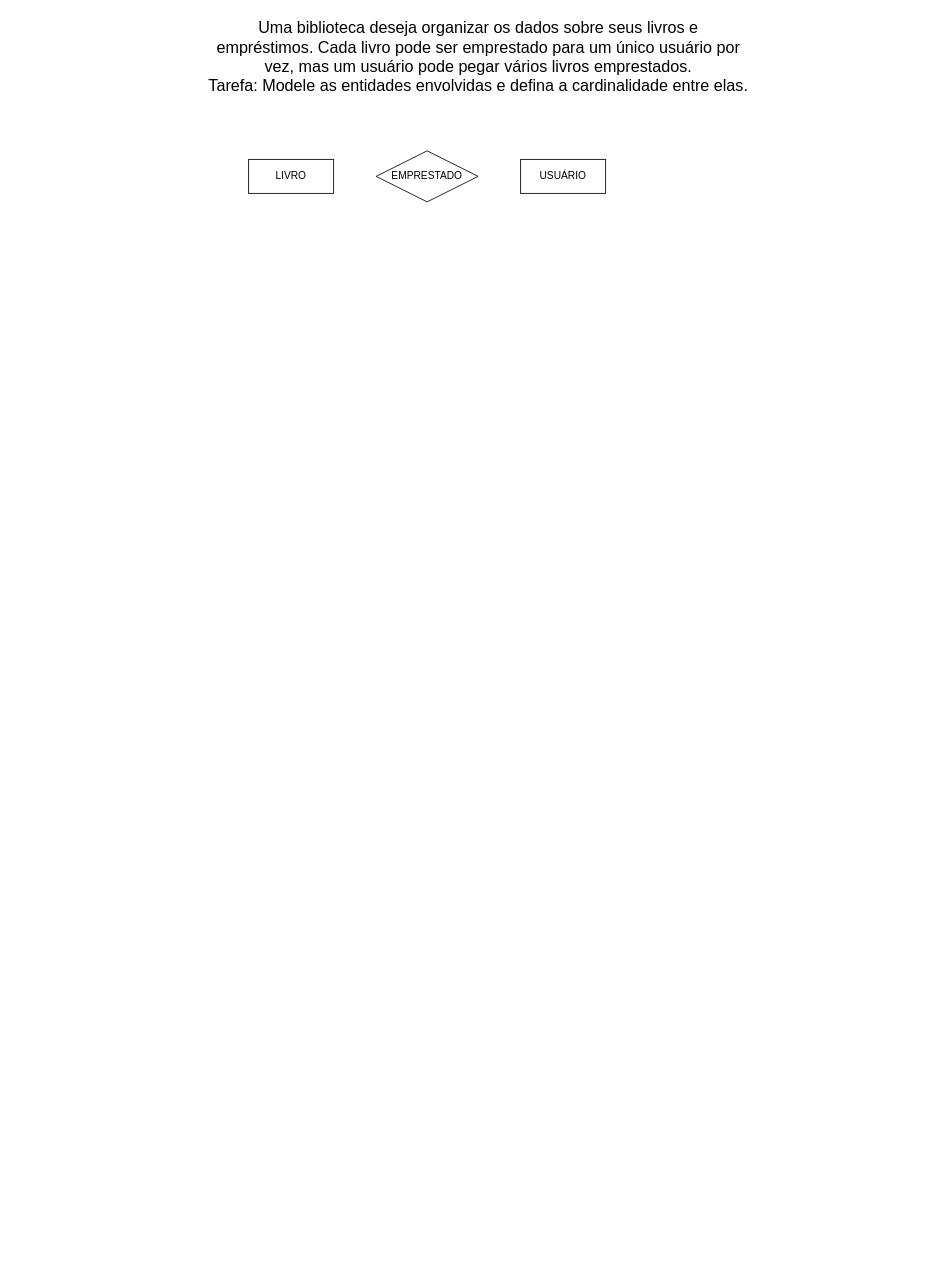
Henrique-nte/SENAI_ISSUES keeps this draw.io diagram as DRAW.IO/Cardinalidade-2.drawio. Above is the earlier version. Source tidied: cells renumbered, new cells numbered last; positions are measured from the earlier drawing's top-left corner, leaving out a move shared by most shapes. Both pictures are drawn from the tidied source at 85%, with x=0, y=0 at pixel (197, 14).
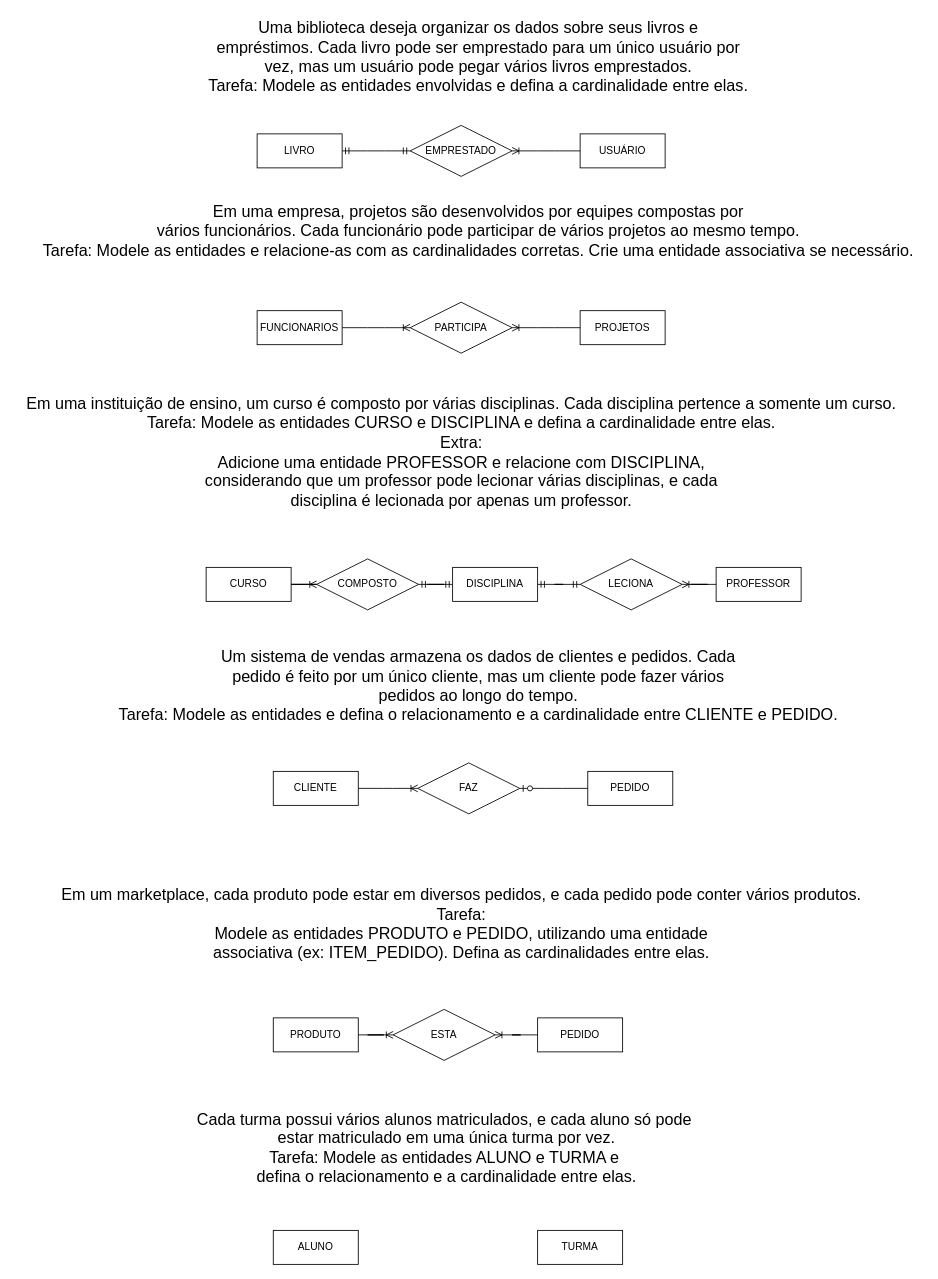
After the change.

Diff of the diagram source:
```diff
@@
     <mxCell id="3" value="LIVRO" style="whiteSpace=wrap;html=1;align=center;" parent="1" vertex="1">
-      <mxGeometry x="60" y="170" width="100" height="40" as="geometry" />
+      <mxGeometry x="70" y="140" width="100" height="40" as="geometry" />
     </mxCell>
     <mxCell id="4" value="USUÁRIO" style="whiteSpace=wrap;html=1;align=center;" parent="1" vertex="1">
-      <mxGeometry x="380" y="170" width="100" height="40" as="geometry" />
+      <mxGeometry x="450" y="140" width="100" height="40" as="geometry" />
     </mxCell>
     <mxCell id="5" value="EMPRESTADO" style="shape=rhombus;perimeter=rhombusPerimeter;whiteSpace=wrap;html=1;align=center;" parent="1" vertex="1">
-      <mxGeometry x="210" y="160" width="120" height="60" as="geometry" />
+      <mxGeometry x="250" y="130" width="120" height="60" as="geometry" />
     </mxCell>
+    <mxCell id="6" style="edgeStyle=entityRelationEdgeStyle;fontSize=12;html=1;endArrow=ERmandOne;startArrow=ERmandOne;rounded=0;fontFamily=Helvetica;fontColor=default;exitX=1;exitY=0.5;exitDx=0;exitDy=0;entryX=0;entryY=0.5;entryDx=0;entryDy=0;" parent="1" edge="1" source="3" target="5">
+      <mxGeometry relative="1" as="geometry" />
+    </mxCell>
+    <mxCell id="7" style="edgeStyle=entityRelationEdgeStyle;fontSize=12;html=1;endArrow=ERoneToMany;rounded=0;fontFamily=Helvetica;fontColor=default;exitX=0;exitY=0.5;exitDx=0;exitDy=0;entryX=1;entryY=0.5;entryDx=0;entryDy=0;" parent="1" edge="1" source="4" target="5">
+      <mxGeometry relative="1" as="geometry" />
+    </mxCell>
+    <mxCell id="8" value="&lt;font style=&quot;font-size: 19px;&quot;&gt;Em uma empresa, projetos são desenvolvidos por equipes compostas por &lt;br&gt;vários funcionários. Cada funcionário pode participar de vários projetos ao mesmo tempo.&lt;br&gt;Tarefa: Modele as entidades e relacione-as com as cardinalidades corretas. Crie uma entidade associativa se necessário.&lt;/font&gt;" style="text;html=1;align=center;verticalAlign=middle;strokeColor=none;fillColor=none;fontFamily=Helvetica;fontSize=12;fontColor=default;" parent="1" vertex="1">
+      <mxGeometry x="-195" y="215" width="1050" height="80" as="geometry" />
+    </mxCell>
+    <mxCell id="9" value="FUNCIONARIOS" style="whiteSpace=wrap;html=1;align=center;strokeColor=default;verticalAlign=middle;fontFamily=Helvetica;fontSize=12;fontColor=default;fillColor=default;" parent="1" vertex="1">
+      <mxGeometry x="70" y="348" width="100" height="40" as="geometry" />
+    </mxCell>
+    <mxCell id="10" value="PROJETOS" style="whiteSpace=wrap;html=1;align=center;strokeColor=default;verticalAlign=middle;fontFamily=Helvetica;fontSize=12;fontColor=default;fillColor=default;" parent="1" vertex="1">
+      <mxGeometry x="450" y="348" width="100" height="40" as="geometry" />
+    </mxCell>
+    <mxCell id="11" value="PARTICIPA" style="shape=rhombus;perimeter=rhombusPerimeter;whiteSpace=wrap;html=1;align=center;strokeColor=default;verticalAlign=middle;fontFamily=Helvetica;fontSize=12;fontColor=default;fillColor=default;" parent="1" vertex="1">
+      <mxGeometry x="250" y="338" width="120" height="60" as="geometry" />
+    </mxCell>
+    <mxCell id="12" style="edgeStyle=entityRelationEdgeStyle;fontSize=12;html=1;endArrow=ERoneToMany;rounded=0;fontFamily=Helvetica;fontColor=default;exitX=1;exitY=0.5;exitDx=0;exitDy=0;entryX=0;entryY=0.5;entryDx=0;entryDy=0;" parent="1" edge="1" source="9" target="11">
+      <mxGeometry relative="1" as="geometry" />
+    </mxCell>
+    <mxCell id="13" style="edgeStyle=entityRelationEdgeStyle;fontSize=12;html=1;endArrow=ERoneToMany;rounded=0;fontFamily=Helvetica;fontColor=default;exitX=0;exitY=0.5;exitDx=0;exitDy=0;entryX=1;entryY=0.5;entryDx=0;entryDy=0;" parent="1" edge="1" source="10" target="11">
+      <mxGeometry relative="1" as="geometry" />
+    </mxCell>
+    <mxCell id="14" value="&lt;font style=&quot;font-size: 19px;&quot;&gt;Em uma instituição de ensino, um curso é composto por várias disciplinas. Cada disciplina pertence a somente um curso.&lt;br&gt;Tarefa: Modele as entidades CURSO e DISCIPLINA e defina a cardinalidade entre elas.&lt;br&gt;Extra:&lt;br&gt; Adicione uma entidade PROFESSOR e relacione com DISCIPLINA, &lt;br&gt;considerando que um professor pode lecionar várias disciplinas, e cada &lt;br&gt;disciplina é lecionada por apenas um professor.&lt;/font&gt;" style="text;html=1;align=center;verticalAlign=middle;strokeColor=none;fillColor=none;fontFamily=Helvetica;fontSize=12;fontColor=default;" parent="1" vertex="1">
+      <mxGeometry x="-215" y="440" width="1050" height="150" as="geometry" />
+    </mxCell>
+    <mxCell id="15" value="CURSO" style="whiteSpace=wrap;html=1;align=center;strokeColor=default;verticalAlign=middle;fontFamily=Helvetica;fontSize=12;fontColor=default;fillColor=default;" parent="1" vertex="1">
+      <mxGeometry x="10" y="650" width="100" height="40" as="geometry" />
+    </mxCell>
+    <mxCell id="16" value="DISCIPLINA" style="whiteSpace=wrap;html=1;align=center;strokeColor=default;verticalAlign=middle;fontFamily=Helvetica;fontSize=12;fontColor=default;fillColor=default;" parent="1" vertex="1">
+      <mxGeometry x="300" y="650" width="100" height="40" as="geometry" />
+    </mxCell>
+    <mxCell id="17" value="PROFESSOR" style="whiteSpace=wrap;html=1;align=center;strokeColor=default;verticalAlign=middle;fontFamily=Helvetica;fontSize=12;fontColor=default;fillColor=default;" parent="1" vertex="1">
+      <mxGeometry x="610" y="650" width="100" height="40" as="geometry" />
+    </mxCell>
+    <mxCell id="18" style="edgeStyle=entityRelationEdgeStyle;fontSize=12;html=1;endArrow=ERoneToMany;rounded=0;fontFamily=Helvetica;fontColor=default;exitX=1;exitY=0.5;exitDx=0;exitDy=0;entryX=0;entryY=0.5;entryDx=0;entryDy=0;" parent="1" edge="1" source="15" target="19">
+      <mxGeometry relative="1" as="geometry" />
+    </mxCell>
+    <mxCell id="19" value="COMPOSTO" style="shape=rhombus;perimeter=rhombusPerimeter;whiteSpace=wrap;html=1;align=center;strokeColor=default;verticalAlign=middle;fontFamily=Helvetica;fontSize=12;fontColor=default;fillColor=default;" parent="1" vertex="1">
+      <mxGeometry x="140" y="640" width="120" height="60" as="geometry" />
+    </mxCell>
+    <mxCell id="20" style="edgeStyle=entityRelationEdgeStyle;fontSize=12;html=1;endArrow=ERmandOne;startArrow=ERmandOne;rounded=0;fontFamily=Helvetica;fontColor=default;entryX=0;entryY=0.5;entryDx=0;entryDy=0;exitX=1;exitY=0.5;exitDx=0;exitDy=0;" parent="1" edge="1" source="19" target="16">
+      <mxGeometry relative="1" as="geometry" />
+    </mxCell>
+    <mxCell id="21" value="LECIONA" style="shape=rhombus;perimeter=rhombusPerimeter;whiteSpace=wrap;html=1;align=center;strokeColor=default;verticalAlign=middle;fontFamily=Helvetica;fontSize=12;fontColor=default;fillColor=default;" parent="1" vertex="1">
+      <mxGeometry x="450" y="640" width="120" height="60" as="geometry" />
+    </mxCell>
+    <mxCell id="22" style="edgeStyle=entityRelationEdgeStyle;fontSize=12;html=1;endArrow=ERoneToMany;rounded=0;fontFamily=Helvetica;fontColor=default;exitX=0;exitY=0.5;exitDx=0;exitDy=0;entryX=1;entryY=0.5;entryDx=0;entryDy=0;" parent="1" edge="1" source="17" target="21">
+      <mxGeometry relative="1" as="geometry" />
+    </mxCell>
+    <mxCell id="23" style="edgeStyle=entityRelationEdgeStyle;fontSize=12;html=1;endArrow=ERmandOne;startArrow=ERmandOne;rounded=0;fontFamily=Helvetica;fontColor=default;entryX=0;entryY=0.5;entryDx=0;entryDy=0;exitX=1;exitY=0.5;exitDx=0;exitDy=0;" parent="1" edge="1" source="16" target="21">
+      <mxGeometry relative="1" as="geometry" />
+    </mxCell>
+    <mxCell id="24" value="&lt;font style=&quot;font-size: 19px;&quot;&gt;Um sistema de vendas armazena os dados de clientes e pedidos. Cada &lt;br&gt;pedido é feito por um único cliente, mas um cliente pode fazer vários &lt;br&gt;pedidos ao longo do tempo.&lt;br&gt;Tarefa: Modele as entidades e defina o relacionamento e a cardinalidade entre CLIENTE e PEDIDO.&lt;/font&gt;" style="text;html=1;align=center;verticalAlign=middle;strokeColor=none;fillColor=none;fontFamily=Helvetica;fontSize=12;fontColor=default;" parent="1" vertex="1">
+      <mxGeometry x="-105" y="740" width="870" height="100" as="geometry" />
+    </mxCell>
+    <mxCell id="25" value="PEDIDO" style="whiteSpace=wrap;html=1;align=center;strokeColor=default;verticalAlign=middle;fontFamily=Helvetica;fontSize=12;fontColor=default;fillColor=default;" parent="1" vertex="1">
+      <mxGeometry x="459" y="890" width="100" height="40" as="geometry" />
+    </mxCell>
+    <mxCell id="26" value="CLIENTE" style="whiteSpace=wrap;html=1;align=center;strokeColor=default;verticalAlign=middle;fontFamily=Helvetica;fontSize=12;fontColor=default;fillColor=default;" parent="1" vertex="1">
+      <mxGeometry x="89" y="890" width="100" height="40" as="geometry" />
+    </mxCell>
+    <mxCell id="27" value="FAZ" style="shape=rhombus;perimeter=rhombusPerimeter;whiteSpace=wrap;html=1;align=center;strokeColor=default;verticalAlign=middle;fontFamily=Helvetica;fontSize=12;fontColor=default;fillColor=default;" parent="1" vertex="1">
+      <mxGeometry x="259" y="880" width="120" height="60" as="geometry" />
+    </mxCell>
+    <mxCell id="28" style="edgeStyle=entityRelationEdgeStyle;fontSize=12;html=1;endArrow=ERzeroToOne;endFill=1;rounded=0;fontFamily=Helvetica;fontColor=default;exitX=0;exitY=0.5;exitDx=0;exitDy=0;entryX=1;entryY=0.5;entryDx=0;entryDy=0;" parent="1" edge="1" source="25" target="27">
+      <mxGeometry relative="1" as="geometry" />
+    </mxCell>
+    <mxCell id="29" style="edgeStyle=entityRelationEdgeStyle;fontSize=12;html=1;endArrow=ERoneToMany;rounded=0;fontFamily=Helvetica;fontColor=default;exitX=1;exitY=0.5;exitDx=0;exitDy=0;entryX=0;entryY=0.5;entryDx=0;entryDy=0;" parent="1" edge="1" source="26" target="27">
+      <mxGeometry relative="1" as="geometry" />
+    </mxCell>
+    <mxCell id="30" value="&lt;font style=&quot;font-size: 19px;&quot;&gt;Em um marketplace, cada produto pode estar em diversos pedidos, e cada pedido pode conter vários produtos.&lt;br&gt;Tarefa:&lt;br&gt; Modele as entidades PRODUTO e PEDIDO, utilizando uma entidade &lt;br&gt;associativa (ex: ITEM_PEDIDO). Defina as cardinalidades entre elas.&lt;/font&gt;" style="text;html=1;align=center;verticalAlign=middle;strokeColor=none;fillColor=none;fontFamily=Helvetica;fontSize=12;fontColor=default;" parent="1" vertex="1">
+      <mxGeometry x="-170" y="1020" width="960" height="100" as="geometry" />
+    </mxCell>
+    <mxCell id="31" value="PRODUTO" style="whiteSpace=wrap;html=1;align=center;strokeColor=default;verticalAlign=middle;fontFamily=Helvetica;fontSize=12;fontColor=default;fillColor=default;" parent="1" vertex="1">
+      <mxGeometry x="89" y="1180" width="100" height="40" as="geometry" />
+    </mxCell>
+    <mxCell id="32" value="PEDIDO" style="whiteSpace=wrap;html=1;align=center;strokeColor=default;verticalAlign=middle;fontFamily=Helvetica;fontSize=12;fontColor=default;fillColor=default;" parent="1" vertex="1">
+      <mxGeometry x="400" y="1180" width="100" height="40" as="geometry" />
+    </mxCell>
+    <mxCell id="33" value="ESTA" style="shape=rhombus;perimeter=rhombusPerimeter;whiteSpace=wrap;html=1;align=center;strokeColor=default;verticalAlign=middle;fontFamily=Helvetica;fontSize=12;fontColor=default;fillColor=default;" parent="1" vertex="1">
+      <mxGeometry x="230" y="1170" width="120" height="60" as="geometry" />
+    </mxCell>
+    <mxCell id="34" style="edgeStyle=entityRelationEdgeStyle;fontSize=12;html=1;endArrow=ERoneToMany;rounded=0;fontFamily=Helvetica;fontColor=default;exitX=1;exitY=0.5;exitDx=0;exitDy=0;entryX=0;entryY=0.5;entryDx=0;entryDy=0;" parent="1" edge="1" source="31" target="33">
+      <mxGeometry relative="1" as="geometry" />
+    </mxCell>
+    <mxCell id="35" style="edgeStyle=entityRelationEdgeStyle;fontSize=12;html=1;endArrow=ERoneToMany;rounded=0;fontFamily=Helvetica;fontColor=default;exitX=0;exitY=0.5;exitDx=0;exitDy=0;entryX=1;entryY=0.5;entryDx=0;entryDy=0;" parent="1" edge="1" source="32" target="33">
+      <mxGeometry relative="1" as="geometry" />
+    </mxCell>
+    <mxCell id="36" value="&lt;div&gt;&lt;font style=&quot;font-size: 19px;&quot;&gt;Cada turma possui vários alunos matriculados, e cada aluno só pode&lt;/font&gt;&lt;/div&gt;&lt;div&gt;&lt;font style=&quot;font-size: 19px;&quot;&gt;&amp;nbsp;estar matriculado em uma única turma por vez.&lt;/font&gt;&lt;/div&gt;&lt;div&gt;&lt;font style=&quot;font-size: 19px;&quot;&gt;Tarefa: Modele as entidades ALUNO e TURMA e&lt;/font&gt;&lt;/div&gt;&lt;div&gt;&lt;font style=&quot;font-size: 19px;&quot;&gt;&amp;nbsp;defina o relacionamento e a cardinalidade entre elas.&lt;/font&gt;&lt;/div&gt;&lt;div&gt;&lt;font style=&quot;font-size: 19px;&quot;&gt;&lt;br&gt;&lt;/font&gt;&lt;/div&gt;" style="text;html=1;align=center;verticalAlign=middle;strokeColor=none;fillColor=none;fontFamily=Helvetica;fontSize=12;fontColor=default;" parent="1" vertex="1">
+      <mxGeometry x="-15" y="1280" width="610" height="130" as="geometry" />
+    </mxCell>
+    <mxCell id="37" value="ALUNO" style="whiteSpace=wrap;html=1;align=center;strokeColor=default;verticalAlign=middle;fontFamily=Helvetica;fontSize=12;fontColor=default;fillColor=default;" parent="1" vertex="1">
+      <mxGeometry x="89" y="1430" width="100" height="40" as="geometry" />
+    </mxCell>
+    <mxCell id="38" value="TURMA" style="whiteSpace=wrap;html=1;align=center;strokeColor=default;verticalAlign=middle;fontFamily=Helvetica;fontSize=12;fontColor=default;fillColor=default;" parent="1" vertex="1">
+      <mxGeometry x="400" y="1430" width="100" height="40" as="geometry" />
+    </mxCell>
```
